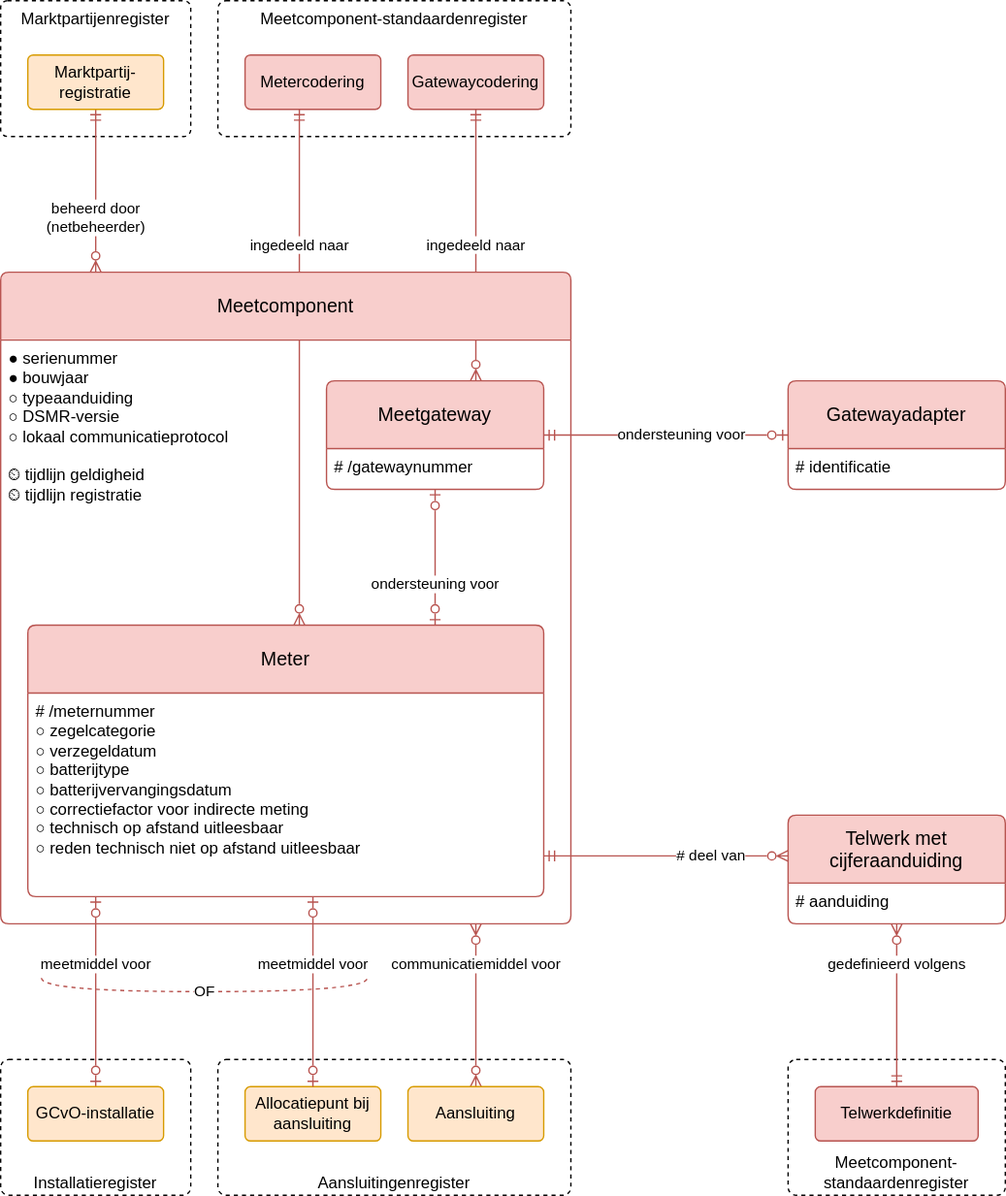
Earlier version of the draw.io export modellen/registers/meetcomponentenregister/1.0.0/model.drawio.svg (sefanja/nbnl-conceptuele-informatiemodellen). Source tidied: cells renumbered, new cells last; positions are measured from the earlier drawing's top-left corner, leaving out a move shared by most shapes.
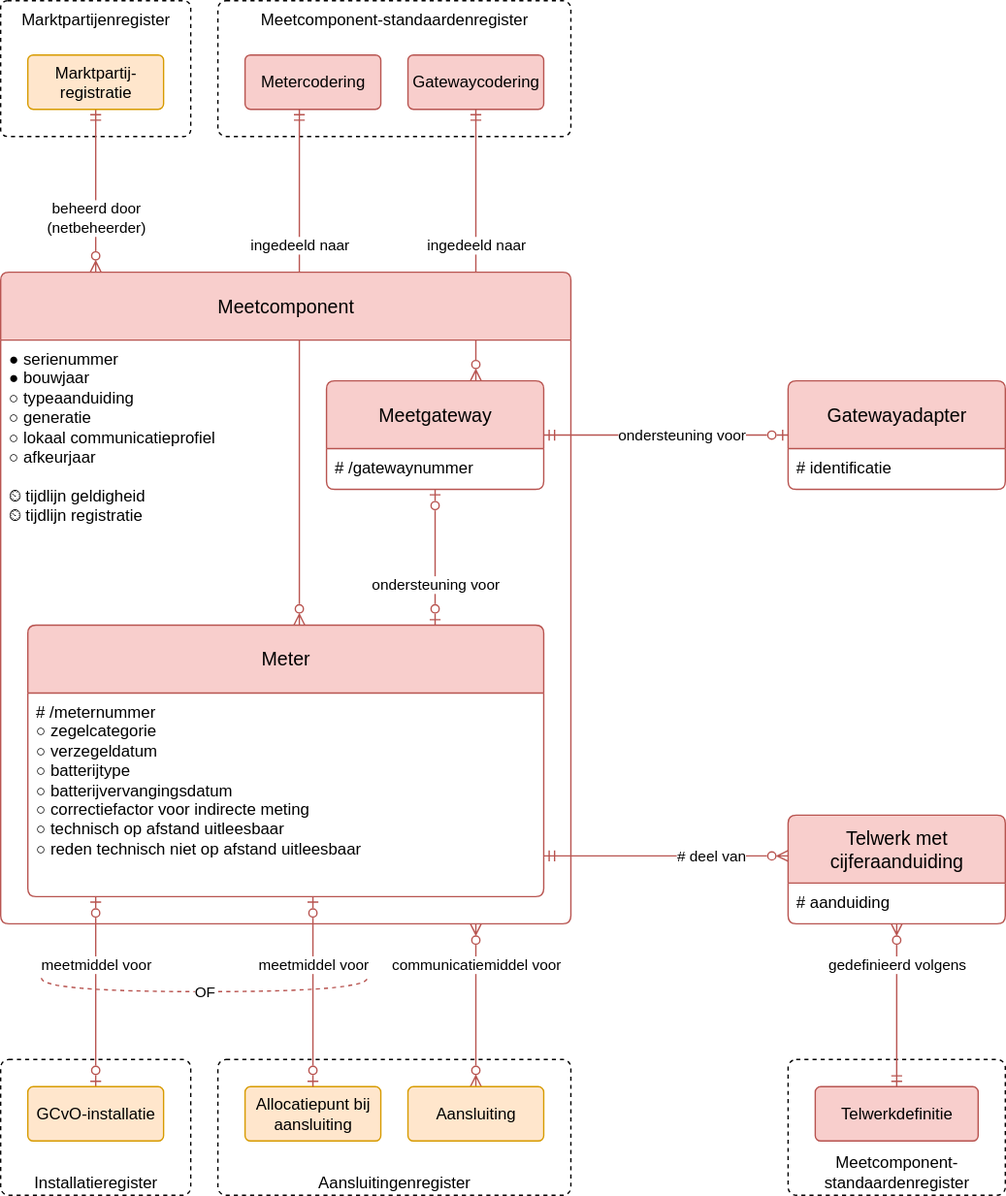
Above is the later version.

What changed in the source:
```diff
@@ -24,7 +24,7 @@
     <mxCell id="7" value="Meetcomponent" style="swimlane;horizontal=1;startSize=50;rounded=1;fontSize=14;fontStyle=0;strokeWidth=1;shadow=0;dashed=0;align=center;fillColor=#f8cecc;strokeColor=#b85450;arcSize=4;whiteSpace=wrap;html=1;" parent="1" vertex="1">
       <mxGeometry y="200" width="420" height="480" as="geometry" />
     </mxCell>
-    <mxCell id="8" value="●&amp;nbsp;serienummer&lt;br&gt;●&amp;nbsp;bouwjaar&lt;br&gt;&lt;div&gt;&lt;/div&gt;&lt;div&gt;○ typeaanduiding&lt;span style=&quot;background-color: transparent; color: light-dark(rgb(0, 0, 0), rgb(255, 255, 255));&quot;&gt;&lt;/span&gt;&lt;/div&gt;&lt;div&gt;&lt;span style=&quot;background-color: transparent; color: light-dark(rgb(0, 0, 0), rgb(255, 255, 255));&quot;&gt;○ DSMR-versie&lt;/span&gt;&lt;/div&gt;&lt;div&gt;&lt;span style=&quot;background-color: transparent; color: light-dark(rgb(0, 0, 0), rgb(255, 255, 255));&quot;&gt;○&amp;nbsp;&lt;/span&gt;&lt;span style=&quot;background-color: transparent; color: light-dark(rgb(0, 0, 0), rgb(255, 255, 255));&quot;&gt;lokaal communicatieprotocol&lt;/span&gt;&lt;/div&gt;&lt;div&gt;&lt;br&gt;&lt;/div&gt;&lt;div&gt;&lt;span style=&quot;background-color: transparent;&quot;&gt;⏲ tijdlijn geldigheid&lt;/span&gt;&lt;/div&gt;&lt;div&gt;⏲ tijdlijn registratie&lt;span style=&quot;background-color: transparent;&quot;&gt;&lt;/span&gt;&lt;/div&gt;" style="align=left;strokeColor=none;fillColor=none;spacingLeft=4;fontSize=12;verticalAlign=top;fontStyle=0;html=1;" parent="7" vertex="1">
+    <mxCell id="8" value="●&amp;nbsp;serienummer&lt;br&gt;●&amp;nbsp;bouwjaar&lt;br&gt;&lt;div&gt;&lt;/div&gt;&lt;div&gt;○ typeaanduiding&lt;span style=&quot;background-color: transparent; color: light-dark(rgb(0, 0, 0), rgb(255, 255, 255));&quot;&gt;&lt;/span&gt;&lt;/div&gt;&lt;div&gt;&lt;span style=&quot;background-color: transparent; color: light-dark(rgb(0, 0, 0), rgb(255, 255, 255));&quot;&gt;○ generatie&lt;/span&gt;&lt;/div&gt;&lt;div&gt;&lt;span style=&quot;background-color: transparent; color: light-dark(rgb(0, 0, 0), rgb(255, 255, 255));&quot;&gt;○&amp;nbsp;&lt;/span&gt;&lt;span style=&quot;background-color: transparent; color: light-dark(rgb(0, 0, 0), rgb(255, 255, 255));&quot;&gt;lokaal communicatieprofiel&lt;/span&gt;&lt;/div&gt;&lt;div&gt;○ afkeurjaar&lt;span style=&quot;background-color: transparent; color: light-dark(rgb(0, 0, 0), rgb(255, 255, 255));&quot;&gt;&lt;/span&gt;&lt;/div&gt;&lt;div&gt;&lt;br&gt;&lt;/div&gt;&lt;div&gt;&lt;span style=&quot;background-color: transparent;&quot;&gt;⏲ tijdlijn geldigheid&lt;/span&gt;&lt;/div&gt;&lt;div&gt;⏲ tijdlijn registratie&lt;span style=&quot;background-color: transparent;&quot;&gt;&lt;/span&gt;&lt;/div&gt;" style="align=left;strokeColor=none;fillColor=none;spacingLeft=4;fontSize=12;verticalAlign=top;fontStyle=0;html=1;" parent="7" vertex="1">
       <mxGeometry y="50" width="420" height="430" as="geometry" />
     </mxCell>
     <mxCell id="9" value="Aansluitingenregister" style="rounded=1;whiteSpace=wrap;html=1;dashed=1;verticalAlign=bottom;arcSize=6;" parent="1" vertex="1">
```
